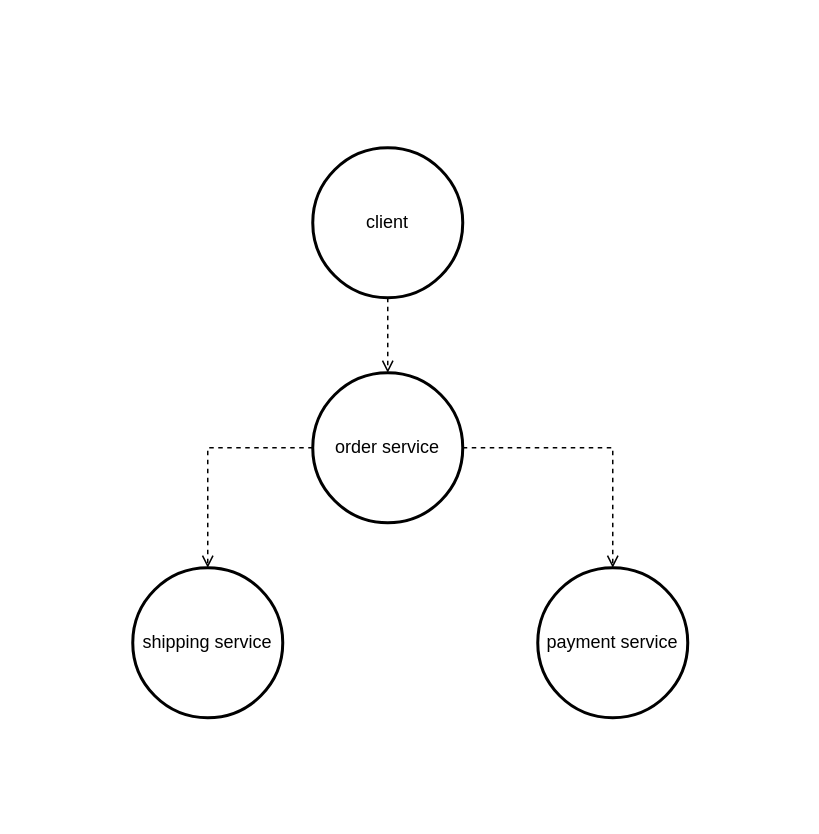
skyespirates/microservices keeps this draw.io diagram as page "service to service" (2 of 3) of order/docs/order-service.drawio. Above is the earlier version. Source tidied: cells renumbered, new cells numbered last; positions are measured from the earlier drawing's top-left corner, leaving out a move shared by most shapes. Both pictures are drawn from the tidied source at 150%, with x=0, y=0 at pixel (132, 147).
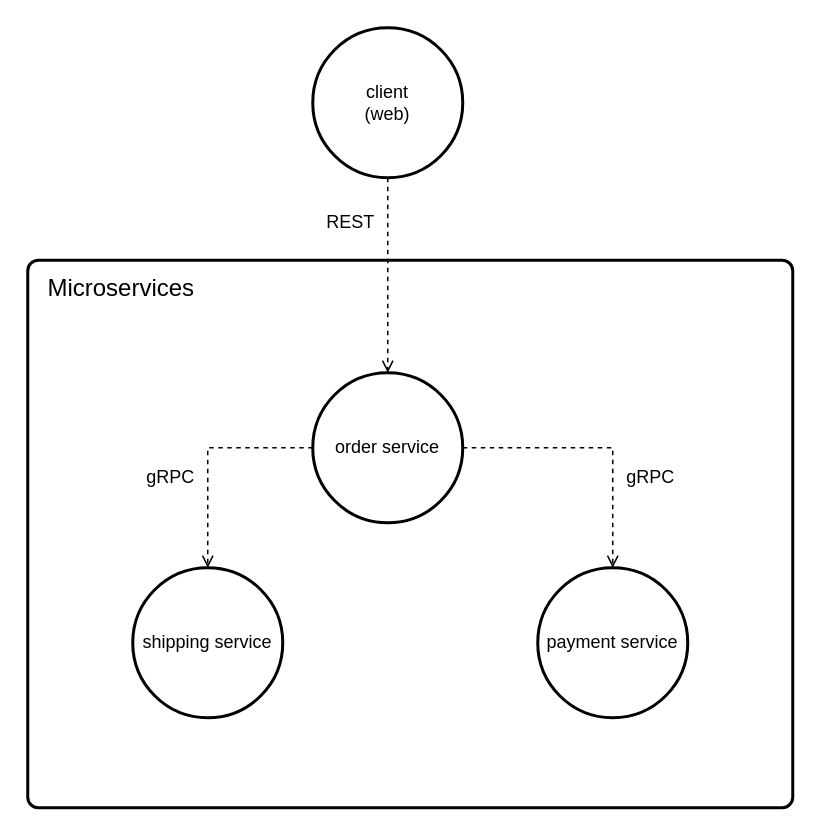
Above is the later version.

What changed in the source:
```diff
@@
 <mxGraphModel>
   <root>
     <mxCell id="0" />
     <mxCell id="1" parent="0" />
+    <mxCell id="9" style="rounded=1;whiteSpace=wrap;html=1;absoluteArcSize=1;arcSize=14;strokeWidth=2;" parent="1" vertex="1">
+      <mxGeometry x="-70" y="75" width="510" height="365" as="geometry" />
+    </mxCell>
     <mxCell id="2" style="edgeStyle=orthogonalEdgeStyle;rounded=0;jettySize=auto;html=1;entryX=0.5;entryY=0;entryDx=0;entryDy=0;entryPerimeter=0;dashed=1;endArrow=open;endFill=0;" parent="1" edge="1" source="4" target="6">
       <mxGeometry relative="1" as="geometry" />
     </mxCell>
     <mxCell id="3" style="edgeStyle=orthogonalEdgeStyle;rounded=0;jettySize=auto;html=1;entryX=0.5;entryY=0;entryDx=0;entryDy=0;entryPerimeter=0;dashed=1;endArrow=open;endFill=0;" parent="1" edge="1" source="4" target="5">
       <mxGeometry relative="1" as="geometry" />
     </mxCell>
     <mxCell id="4" value="order service" style="strokeWidth=2;html=1;shape=mxgraph.flowchart.start_2;whiteSpace=wrap;" parent="1" vertex="1">
       <mxGeometry x="120" y="150" width="100" height="100" as="geometry" />
     </mxCell>
     <mxCell id="5" value="payment service" style="strokeWidth=2;html=1;shape=mxgraph.flowchart.start_2;whiteSpace=wrap;" parent="1" vertex="1">
       <mxGeometry x="270" y="280" width="100" height="100" as="geometry" />
     </mxCell>
     <mxCell id="6" value="shipping service" style="strokeWidth=2;html=1;shape=mxgraph.flowchart.start_2;whiteSpace=wrap;" parent="1" vertex="1">
       <mxGeometry y="280" width="100" height="100" as="geometry" />
     </mxCell>
     <mxCell id="7" style="edgeStyle=orthogonalEdgeStyle;rounded=0;jettySize=auto;html=1;dashed=1;endArrow=open;endFill=0;" parent="1" edge="1" source="8" target="4">
       <mxGeometry relative="1" as="geometry" />
     </mxCell>
-    <mxCell id="8" value="client" style="strokeWidth=2;html=1;shape=mxgraph.flowchart.start_2;whiteSpace=wrap;" parent="1" vertex="1">
-      <mxGeometry x="120" width="100" height="100" as="geometry" />
+    <mxCell id="8" value="client&lt;br&gt;(web)" style="strokeWidth=2;html=1;shape=mxgraph.flowchart.start_2;whiteSpace=wrap;" parent="1" vertex="1">
+      <mxGeometry x="120" y="-80" width="100" height="100" as="geometry" />
     </mxCell>
+    <mxCell id="10" value="Microservices" style="text;html=1;align=center;verticalAlign=middle;strokeColor=none;fillColor=none;fontSize=16;" parent="1" vertex="1">
+      <mxGeometry x="-63" y="83" width="110" height="20" as="geometry" />
+    </mxCell>
+    <mxCell id="11" value="gRPC" style="text;html=1;align=center;verticalAlign=middle;strokeColor=none;fillColor=none;" parent="1" vertex="1">
+      <mxGeometry y="210" width="50" height="20" as="geometry" />
+    </mxCell>
+    <mxCell id="12" value="gRPC" style="text;html=1;align=center;verticalAlign=middle;strokeColor=none;fillColor=none;" parent="1" vertex="1">
+      <mxGeometry x="320" y="210" width="50" height="20" as="geometry" />
+    </mxCell>
+    <mxCell id="13" value="REST" style="text;html=1;align=center;verticalAlign=middle;strokeColor=none;fillColor=none;" parent="1" vertex="1">
+      <mxGeometry x="120" y="40" width="50" height="20" as="geometry" />
+    </mxCell>
   </root>
 </mxGraphModel>
```
